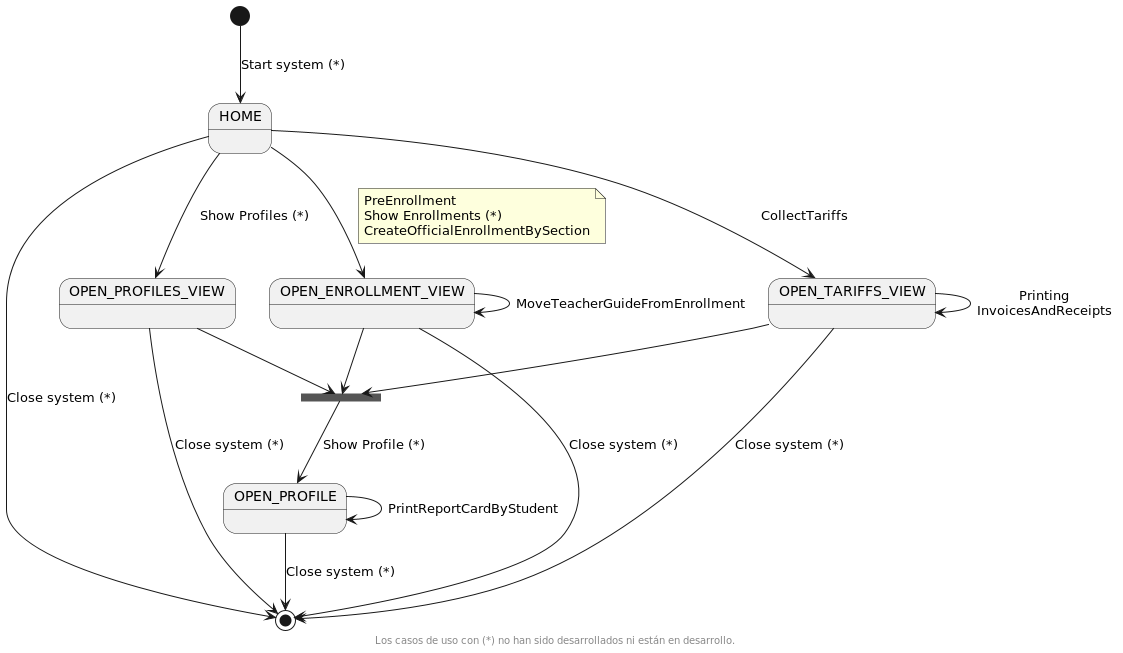
This is out/UseCaseView/Context.png from wsmcbl/wsmcbl.doc, a PlantUML export, as it was before one commit. Source of this version:
```plantuml
@startuml
skinparam BackgroundColor transparent
footer Los casos de uso con (*) no han sido desarrollados ni están en desarrollo.


state Initial as "HOME"
state s1 as "OPEN_ENROLLMENT_VIEW"
state s2 as "OPEN_PROFILES_VIEW"
state s3 as "OPEN_PROFILE"
state s4 as "OPEN_TARIFFS_VIEW"



state fork_1 <<fork>>



[*] --> Initial : Start system (*)

Initial --> s1
note on link
    PreEnrollment
    Show Enrollments (*)
    CreateOfficialEnrollmentBySection
end note
s1 --> fork_1
s1 --> s1 : MoveTeacherGuideFromEnrollment



Initial --> s2 : Show Profiles (*)
s2 --> fork_1


fork_1 --> s3 : Show Profile (*)
s3 --> s3 : PrintReportCardByStudent



Initial --> s4 : CollectTariffs
s4 --> fork_1
s4 --> s4 : Printing\nInvoicesAndReceipts



Initial --> [*] : Close system (*)
s1 --> [*] : Close system (*)
s2 --> [*] : Close system (*)
s3 --> [*] : Close system (*)
s4 --> [*] : Close system (*)
@enduml
```
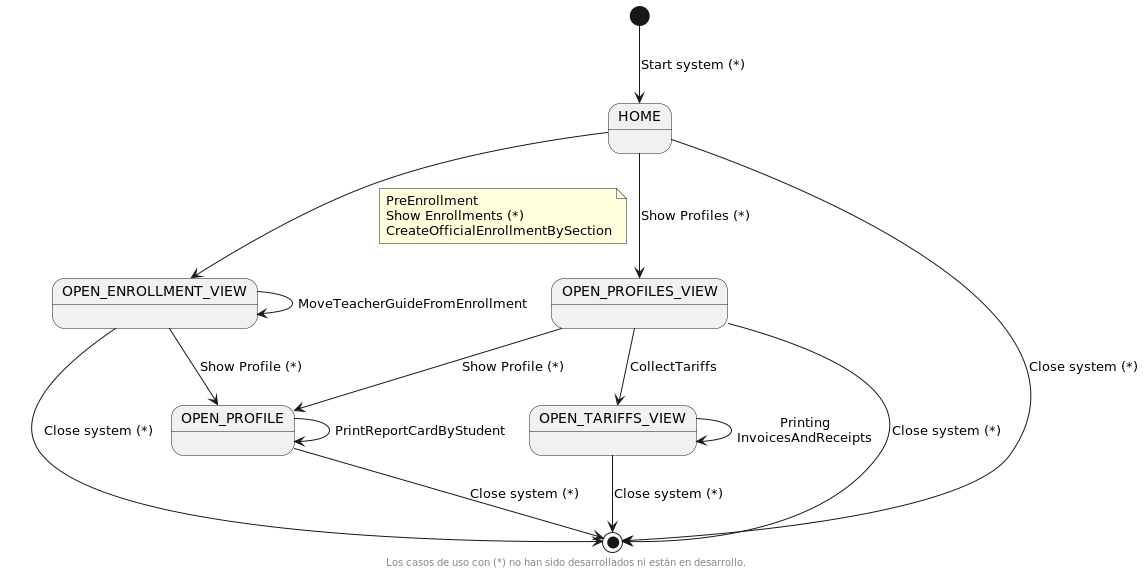
The same file after the commit.

Change to the diagram source:
```diff
@@ -1,5 +1,4 @@
 @startuml
-skinparam BackgroundColor transparent
 footer Los casos de uso con (*) no han sido desarrollados ni están en desarrollo.
 
 
@@ -10,11 +9,6 @@
 state s4 as "OPEN_TARIFFS_VIEW"
 
 
-
-state fork_1 <<fork>>
-
-
-
 [*] --> Initial : Start system (*)
 
 Initial --> s1
@@ -23,22 +17,20 @@
     Show Enrollments (*)
     CreateOfficialEnrollmentBySection
 end note
-s1 --> fork_1
+s1 --> s3 : Show Profile (*)
 s1 --> s1 : MoveTeacherGuideFromEnrollment
 
 
 
 Initial --> s2 : Show Profiles (*)
-s2 --> fork_1
+s2 --> s3 : Show Profile (*)
 
 
-fork_1 --> s3 : Show Profile (*)
 s3 --> s3 : PrintReportCardByStudent
 
 
 
-Initial --> s4 : CollectTariffs
-s4 --> fork_1
+s2 --> s4 : CollectTariffs
 s4 --> s4 : Printing\nInvoicesAndReceipts
 
 
```
